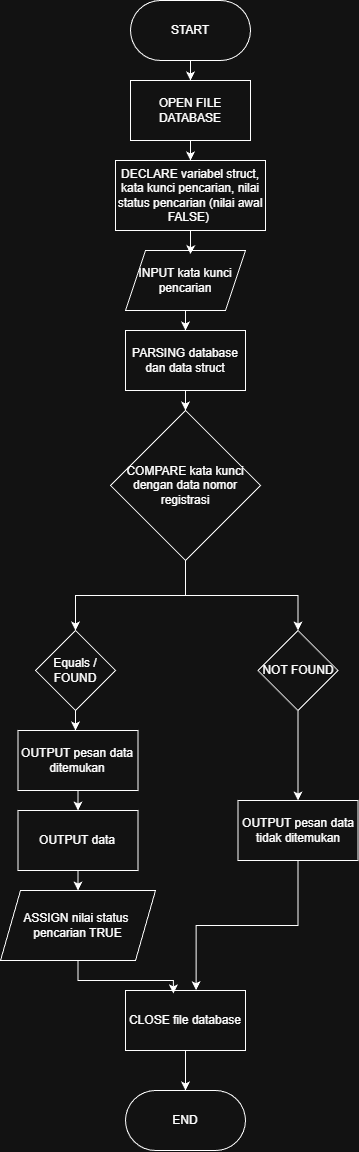
Earlier version of the draw.io export C/memoryManagement/studentDatabase/searchData.png (indonesialive/indonesialive.github.io). Source tidied: cells renumbered, new cells last; positions are measured from the earlier drawing's top-left corner, leaving out a move shared by most shapes.
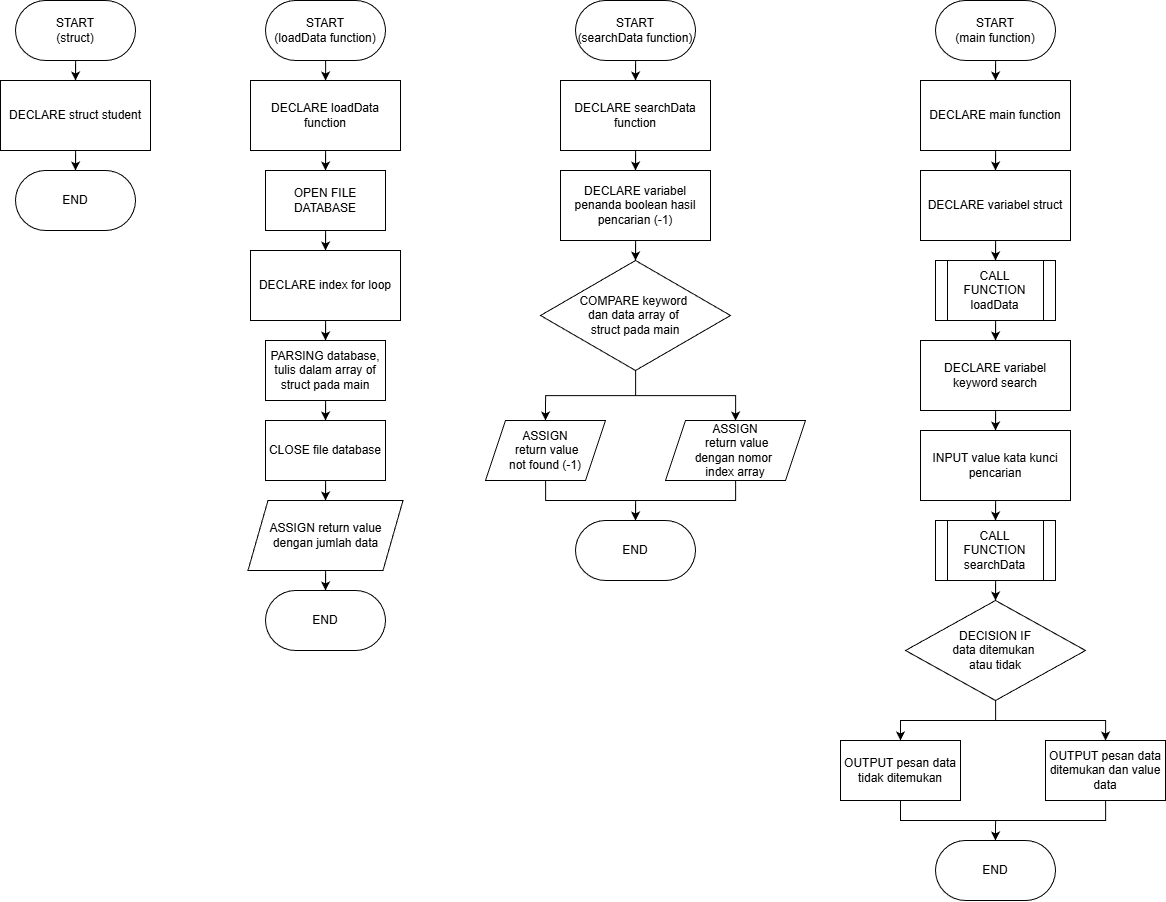
Later version of the same file.

The edit, as a diff of the source:
```diff
@@ -2,89 +2,176 @@
   <root>
     <mxCell id="0" />
     <mxCell id="1" parent="0" />
-    <mxCell id="2" style="edgeStyle=orthogonalEdgeStyle;rounded=0;jettySize=auto;html=1;entryX=0.5;entryY=0;entryDx=0;entryDy=0;" parent="1" edge="1" source="3" target="6">
-      <mxGeometry relative="1" as="geometry" />
-    </mxCell>
-    <mxCell id="3" value="START" style="rounded=1;whiteSpace=wrap;html=1;arcSize=50;" parent="1" vertex="1">
-      <mxGeometry x="130" width="120" height="60" as="geometry" />
-    </mxCell>
-    <mxCell id="4" value="DECLARE variabel struct, kata kunci pencarian, nilai status pencarian (nilai awal FALSE)&amp;nbsp;" style="rounded=0;whiteSpace=wrap;html=1;" parent="1" vertex="1">
-      <mxGeometry x="115" y="160" width="150" height="70" as="geometry" />
-    </mxCell>
-    <mxCell id="5" style="edgeStyle=orthogonalEdgeStyle;rounded=0;jettySize=auto;html=1;entryX=0.5;entryY=0;entryDx=0;entryDy=0;" parent="1" edge="1" source="6" target="4">
-      <mxGeometry relative="1" as="geometry" />
-    </mxCell>
+    <mxCell id="30" style="edgeStyle=orthogonalEdgeStyle;rounded=0;jettySize=auto;html=1;" parent="1" edge="1" source="31" target="44">
+      <mxGeometry relative="1" as="geometry" />
+    </mxCell>
+    <mxCell id="31" value="START&lt;div&gt;(loadData function)&lt;/div&gt;" style="rounded=1;whiteSpace=wrap;html=1;arcSize=50;" parent="1" vertex="1">
+      <mxGeometry x="460" y="-70" width="120" height="60" as="geometry" />
+    </mxCell>
+    <mxCell id="32" style="edgeStyle=orthogonalEdgeStyle;rounded=0;jettySize=auto;html=1;entryX=0.5;entryY=0;entryDx=0;entryDy=0;" parent="1" edge="1" source="6" target="34">
+      <mxGeometry relative="1" as="geometry" />
+    </mxCell>
     <mxCell id="6" value="OPEN FILE DATABASE" style="rounded=0;whiteSpace=wrap;html=1;" parent="1" vertex="1">
-      <mxGeometry x="130" y="80" width="120" height="60" as="geometry" />
+      <mxGeometry x="460" y="100" width="120" height="60" as="geometry" />
     </mxCell>
-    <mxCell id="7" style="edgeStyle=orthogonalEdgeStyle;rounded=0;jettySize=auto;html=1;" parent="1" edge="1" source="8" target="13">
-      <mxGeometry relative="1" as="geometry" />
-    </mxCell>
-    <mxCell id="8" value="INPUT kata kunci pencarian" style="shape=parallelogram;perimeter=parallelogramPerimeter;whiteSpace=wrap;html=1;fixedSize=1;" parent="1" vertex="1">
-      <mxGeometry x="125" y="250" width="120" height="60" as="geometry" />
-    </mxCell>
-    <mxCell id="9" style="edgeStyle=orthogonalEdgeStyle;rounded=0;jettySize=auto;html=1;entryX=0.5;entryY=0;entryDx=0;entryDy=0;" parent="1" edge="1" source="11" target="20">
-      <mxGeometry relative="1" as="geometry" />
-    </mxCell>
-    <mxCell id="10" style="edgeStyle=orthogonalEdgeStyle;rounded=0;jettySize=auto;html=1;" parent="1" edge="1" source="11" target="18">
-      <mxGeometry relative="1" as="geometry" />
-    </mxCell>
-    <mxCell id="11" value="COMPARE kata kunci dengan data nomor registrasi" style="rhombus;whiteSpace=wrap;html=1;" parent="1" vertex="1">
-      <mxGeometry x="110" y="410" width="150" height="150" as="geometry" />
-    </mxCell>
-    <mxCell id="12" style="edgeStyle=orthogonalEdgeStyle;rounded=0;jettySize=auto;html=1;entryX=0.5;entryY=0;entryDx=0;entryDy=0;" parent="1" edge="1" source="13" target="11">
-      <mxGeometry relative="1" as="geometry" />
-    </mxCell>
-    <mxCell id="13" value="PARSING database dan data struct" style="rounded=0;whiteSpace=wrap;html=1;" parent="1" vertex="1">
-      <mxGeometry x="125" y="330" width="120" height="60" as="geometry" />
-    </mxCell>
-    <mxCell id="14" style="edgeStyle=orthogonalEdgeStyle;rounded=0;jettySize=auto;html=1;entryX=0.5;entryY=0;entryDx=0;entryDy=0;" parent="1" edge="1" source="15" target="21">
-      <mxGeometry relative="1" as="geometry" />
-    </mxCell>
-    <mxCell id="15" value="OUTPUT data" style="rounded=0;whiteSpace=wrap;html=1;" parent="1" vertex="1">
-      <mxGeometry x="17.5" y="810" width="120" height="60" as="geometry" />
-    </mxCell>
+    <mxCell id="33" style="edgeStyle=orthogonalEdgeStyle;rounded=0;jettySize=auto;html=1;entryX=0.5;entryY=0;entryDx=0;entryDy=0;" parent="1" edge="1" source="34" target="36">
+      <mxGeometry relative="1" as="geometry" />
+    </mxCell>
+    <mxCell id="34" value="DECLARE index for loop" style="rounded=0;whiteSpace=wrap;html=1;" parent="1" vertex="1">
+      <mxGeometry x="445" y="180" width="150" height="70" as="geometry" />
+    </mxCell>
+    <mxCell id="35" style="edgeStyle=orthogonalEdgeStyle;rounded=0;jettySize=auto;html=1;entryX=0.5;entryY=0;entryDx=0;entryDy=0;" parent="1" edge="1" source="36" target="25">
+      <mxGeometry relative="1" as="geometry" />
+    </mxCell>
+    <mxCell id="36" value="PARSING database, tulis dalam array of struct pada main" style="rounded=0;whiteSpace=wrap;html=1;" parent="1" vertex="1">
+      <mxGeometry x="460" y="270" width="120" height="60" as="geometry" />
+    </mxCell>
+    <mxCell id="37" style="edgeStyle=orthogonalEdgeStyle;rounded=0;jettySize=auto;html=1;entryX=0.5;entryY=0;entryDx=0;entryDy=0;" parent="1" edge="1" source="25" target="39">
+      <mxGeometry relative="1" as="geometry" />
+    </mxCell>
+    <mxCell id="25" value="CLOSE file database" style="rounded=0;whiteSpace=wrap;html=1;" parent="1" vertex="1">
+      <mxGeometry x="460" y="350" width="120" height="60" as="geometry" />
+    </mxCell>
+    <mxCell id="38" style="edgeStyle=orthogonalEdgeStyle;rounded=0;jettySize=auto;html=1;entryX=0.5;entryY=0;entryDx=0;entryDy=0;" parent="1" edge="1" source="39" target="40">
+      <mxGeometry relative="1" as="geometry" />
+    </mxCell>
+    <mxCell id="39" value="ASSIGN return value dengan jumlah data" style="shape=parallelogram;perimeter=parallelogramPerimeter;whiteSpace=wrap;html=1;fixedSize=1;" parent="1" vertex="1">
+      <mxGeometry x="442.5" y="430" width="155" height="70" as="geometry" />
+    </mxCell>
+    <mxCell id="40" value="END" style="rounded=1;whiteSpace=wrap;html=1;arcSize=50;" parent="1" vertex="1">
+      <mxGeometry x="460" y="520" width="120" height="60" as="geometry" />
+    </mxCell>
+    <mxCell id="41" style="edgeStyle=orthogonalEdgeStyle;rounded=0;jettySize=auto;html=1;entryX=0.5;entryY=0;entryDx=0;entryDy=0;" parent="1" edge="1" source="42" target="46">
+      <mxGeometry relative="1" as="geometry" />
+    </mxCell>
+    <mxCell id="42" value="START&lt;div&gt;(searchData function)&lt;/div&gt;" style="rounded=1;whiteSpace=wrap;html=1;arcSize=50;" parent="1" vertex="1">
+      <mxGeometry x="770" y="-70" width="120" height="60" as="geometry" />
+    </mxCell>
+    <mxCell id="43" style="edgeStyle=orthogonalEdgeStyle;rounded=0;jettySize=auto;html=1;entryX=0.5;entryY=0;entryDx=0;entryDy=0;" parent="1" edge="1" source="44" target="6">
+      <mxGeometry relative="1" as="geometry" />
+    </mxCell>
+    <mxCell id="44" value="DECLARE loadData function" style="rounded=0;whiteSpace=wrap;html=1;" parent="1" vertex="1">
+      <mxGeometry x="445" y="10" width="150" height="70" as="geometry" />
+    </mxCell>
+    <mxCell id="45" style="edgeStyle=orthogonalEdgeStyle;rounded=0;jettySize=auto;html=1;entryX=0.5;entryY=0;entryDx=0;entryDy=0;" parent="1" edge="1" source="46" target="48">
+      <mxGeometry relative="1" as="geometry" />
+    </mxCell>
+    <mxCell id="46" value="DECLARE searchData function" style="rounded=0;whiteSpace=wrap;html=1;" parent="1" vertex="1">
+      <mxGeometry x="755" y="10" width="150" height="70" as="geometry" />
+    </mxCell>
+    <mxCell id="47" style="edgeStyle=orthogonalEdgeStyle;rounded=0;jettySize=auto;html=1;entryX=0.5;entryY=0;entryDx=0;entryDy=0;" parent="1" edge="1" source="48" target="51">
+      <mxGeometry relative="1" as="geometry" />
+    </mxCell>
+    <mxCell id="48" value="DECLARE variabel penanda boolean hasil pencarian (-1)" style="rounded=0;whiteSpace=wrap;html=1;" parent="1" vertex="1">
+      <mxGeometry x="755" y="100" width="150" height="70" as="geometry" />
+    </mxCell>
+    <mxCell id="49" style="edgeStyle=orthogonalEdgeStyle;rounded=0;jettySize=auto;html=1;entryX=0.5;entryY=0;entryDx=0;entryDy=0;" parent="1" edge="1" source="51" target="53">
+      <mxGeometry relative="1" as="geometry" />
+    </mxCell>
+    <mxCell id="50" style="edgeStyle=orthogonalEdgeStyle;rounded=0;jettySize=auto;html=1;" parent="1" edge="1" source="51" target="55">
+      <mxGeometry relative="1" as="geometry" />
+    </mxCell>
+    <mxCell id="51" value="COMPARE keyword&amp;nbsp;&lt;div&gt;dan data array of&amp;nbsp;&lt;/div&gt;&lt;div&gt;struct pada main&lt;/div&gt;" style="rhombus;whiteSpace=wrap;html=1;" parent="1" vertex="1">
+      <mxGeometry x="735" y="190" width="190" height="110" as="geometry" />
+    </mxCell>
+    <mxCell id="52" style="edgeStyle=orthogonalEdgeStyle;rounded=0;jettySize=auto;html=1;" parent="1" edge="1" source="53" target="77">
+      <mxGeometry relative="1" as="geometry" />
+    </mxCell>
+    <mxCell id="53" value="ASSIGN&lt;div&gt;&amp;nbsp;return value&lt;div&gt;not found (-1)&lt;/div&gt;&lt;/div&gt;" style="shape=parallelogram;perimeter=parallelogramPerimeter;whiteSpace=wrap;html=1;fixedSize=1;" parent="1" vertex="1">
+      <mxGeometry x="680" y="350" width="120" height="60" as="geometry" />
+    </mxCell>
+    <mxCell id="54" style="edgeStyle=orthogonalEdgeStyle;rounded=0;jettySize=auto;html=1;entryX=0.5;entryY=0;entryDx=0;entryDy=0;" parent="1" edge="1" source="55" target="77">
+      <mxGeometry relative="1" as="geometry" />
+    </mxCell>
+    <mxCell id="55" value="ASSIGN&lt;div&gt;&amp;nbsp;return value&lt;div&gt;dengan nomor&amp;nbsp;&lt;/div&gt;&lt;div&gt;index array&lt;/div&gt;&lt;/div&gt;" style="shape=parallelogram;perimeter=parallelogramPerimeter;whiteSpace=wrap;html=1;fixedSize=1;" parent="1" vertex="1">
+      <mxGeometry x="860" y="350" width="140" height="60" as="geometry" />
+    </mxCell>
+    <mxCell id="56" style="edgeStyle=orthogonalEdgeStyle;rounded=0;jettySize=auto;html=1;entryX=0.5;entryY=0;entryDx=0;entryDy=0;" parent="1" edge="1" source="57" target="59">
+      <mxGeometry relative="1" as="geometry" />
+    </mxCell>
+    <mxCell id="57" value="START&lt;div&gt;(main function)&lt;/div&gt;" style="rounded=1;whiteSpace=wrap;html=1;arcSize=50;" parent="1" vertex="1">
+      <mxGeometry x="1130" y="-70" width="120" height="60" as="geometry" />
+    </mxCell>
+    <mxCell id="58" style="edgeStyle=orthogonalEdgeStyle;rounded=0;jettySize=auto;html=1;entryX=0.5;entryY=0;entryDx=0;entryDy=0;" parent="1" edge="1" source="59" target="61">
+      <mxGeometry relative="1" as="geometry" />
+    </mxCell>
+    <mxCell id="59" value="DECLARE main function" style="rounded=0;whiteSpace=wrap;html=1;" parent="1" vertex="1">
+      <mxGeometry x="1115" y="10" width="150" height="70" as="geometry" />
+    </mxCell>
+    <mxCell id="60" style="edgeStyle=orthogonalEdgeStyle;rounded=0;jettySize=auto;html=1;entryX=0.5;entryY=0;entryDx=0;entryDy=0;" parent="1" edge="1" source="61" target="63">
+      <mxGeometry relative="1" as="geometry" />
+    </mxCell>
+    <mxCell id="61" value="DECLARE variabel struct" style="rounded=0;whiteSpace=wrap;html=1;" parent="1" vertex="1">
+      <mxGeometry x="1115" y="100" width="150" height="70" as="geometry" />
+    </mxCell>
+    <mxCell id="62" style="edgeStyle=orthogonalEdgeStyle;rounded=0;jettySize=auto;html=1;entryX=0.5;entryY=0;entryDx=0;entryDy=0;" parent="1" edge="1" source="63" target="65">
+      <mxGeometry relative="1" as="geometry" />
+    </mxCell>
+    <mxCell id="63" value="CALL FUNCTION&lt;div&gt;loadData&lt;/div&gt;" style="shape=process;whiteSpace=wrap;html=1;backgroundOutline=1;" parent="1" vertex="1">
+      <mxGeometry x="1130" y="190" width="120" height="60" as="geometry" />
+    </mxCell>
+    <mxCell id="64" style="edgeStyle=orthogonalEdgeStyle;rounded=0;jettySize=auto;html=1;entryX=0.5;entryY=0;entryDx=0;entryDy=0;" parent="1" edge="1" source="65" target="67">
+      <mxGeometry relative="1" as="geometry" />
+    </mxCell>
+    <mxCell id="65" value="DECLARE variabel keyword search" style="rounded=0;whiteSpace=wrap;html=1;" parent="1" vertex="1">
+      <mxGeometry x="1115" y="270" width="150" height="70" as="geometry" />
+    </mxCell>
+    <mxCell id="66" style="edgeStyle=orthogonalEdgeStyle;rounded=0;jettySize=auto;html=1;entryX=0.5;entryY=0;entryDx=0;entryDy=0;" parent="1" edge="1" source="67" target="69">
+      <mxGeometry relative="1" as="geometry" />
+    </mxCell>
+    <mxCell id="67" value="INPUT value kata kunci pencarian" style="rounded=0;whiteSpace=wrap;html=1;" parent="1" vertex="1">
+      <mxGeometry x="1115" y="360" width="150" height="70" as="geometry" />
+    </mxCell>
+    <mxCell id="68" style="edgeStyle=orthogonalEdgeStyle;rounded=0;jettySize=auto;html=1;entryX=0.5;entryY=0;entryDx=0;entryDy=0;" parent="1" edge="1" source="69" target="72">
+      <mxGeometry relative="1" as="geometry" />
+    </mxCell>
+    <mxCell id="69" value="CALL FUNCTION&lt;div&gt;searchData&lt;/div&gt;" style="shape=process;whiteSpace=wrap;html=1;backgroundOutline=1;" parent="1" vertex="1">
+      <mxGeometry x="1130" y="450" width="120" height="60" as="geometry" />
+    </mxCell>
+    <mxCell id="70" style="edgeStyle=orthogonalEdgeStyle;rounded=0;jettySize=auto;html=1;entryX=0.5;entryY=0;entryDx=0;entryDy=0;" parent="1" edge="1" source="72" target="16">
+      <mxGeometry relative="1" as="geometry" />
+    </mxCell>
+    <mxCell id="71" style="edgeStyle=orthogonalEdgeStyle;rounded=0;jettySize=auto;html=1;" parent="1" edge="1" source="72" target="75">
+      <mxGeometry relative="1" as="geometry" />
+    </mxCell>
+    <mxCell id="72" value="DECISION IF&lt;div&gt;data ditemukan&amp;nbsp;&lt;/div&gt;&lt;div&gt;atau tidak&lt;/div&gt;" style="rhombus;whiteSpace=wrap;html=1;" parent="1" vertex="1">
+      <mxGeometry x="1100" y="530" width="180" height="100" as="geometry" />
+    </mxCell>
+    <mxCell id="73" style="edgeStyle=orthogonalEdgeStyle;rounded=0;jettySize=auto;html=1;entryX=0.5;entryY=0;entryDx=0;entryDy=0;" parent="1" edge="1" source="16" target="76">
+      <mxGeometry relative="1" as="geometry" />
+    </mxCell>
     <mxCell id="16" value="OUTPUT pesan data tidak ditemukan" style="rounded=0;whiteSpace=wrap;html=1;" parent="1" vertex="1">
-      <mxGeometry x="237.5" y="800" width="120" height="60" as="geometry" />
+      <mxGeometry x="1035" y="670" width="120" height="60" as="geometry" />
     </mxCell>
-    <mxCell id="17" style="edgeStyle=orthogonalEdgeStyle;rounded=0;jettySize=auto;html=1;entryX=0.541;entryY=0.061;entryDx=0;entryDy=0;entryPerimeter=0;" parent="1" edge="1" source="4" target="8">
-      <mxGeometry relative="1" as="geometry" />
-    </mxCell>
-    <mxCell id="18" value="Equals / FOUND" style="rhombus;whiteSpace=wrap;html=1;" parent="1" vertex="1">
-      <mxGeometry x="35" y="630" width="80" height="80" as="geometry" />
-    </mxCell>
-    <mxCell id="19" style="edgeStyle=orthogonalEdgeStyle;rounded=0;jettySize=auto;html=1;entryX=0.5;entryY=0;entryDx=0;entryDy=0;" parent="1" edge="1" source="20" target="16">
-      <mxGeometry relative="1" as="geometry" />
-    </mxCell>
-    <mxCell id="20" value="NOT FOUND" style="rhombus;whiteSpace=wrap;html=1;" parent="1" vertex="1">
-      <mxGeometry x="257.5" y="630" width="80" height="80" as="geometry" />
-    </mxCell>
-    <mxCell id="21" value="ASSIGN nilai status&amp;nbsp;&lt;div&gt;pencarian TRUE&lt;/div&gt;" style="shape=parallelogram;perimeter=parallelogramPerimeter;whiteSpace=wrap;html=1;fixedSize=1;" parent="1" vertex="1">
-      <mxGeometry y="890" width="155" height="70" as="geometry" />
-    </mxCell>
-    <mxCell id="22" style="edgeStyle=orthogonalEdgeStyle;rounded=0;jettySize=auto;html=1;entryX=0.5;entryY=0;entryDx=0;entryDy=0;" parent="1" edge="1" source="23" target="15">
-      <mxGeometry relative="1" as="geometry" />
-    </mxCell>
-    <mxCell id="23" value="OUTPUT pesan data ditemukan" style="rounded=0;whiteSpace=wrap;html=1;" parent="1" vertex="1">
-      <mxGeometry x="17.5" y="730" width="120" height="60" as="geometry" />
-    </mxCell>
-    <mxCell id="24" style="edgeStyle=orthogonalEdgeStyle;rounded=0;jettySize=auto;html=1;entryX=0.5;entryY=0;entryDx=0;entryDy=0;" parent="1" edge="1" source="25" target="26">
-      <mxGeometry relative="1" as="geometry" />
-    </mxCell>
-    <mxCell id="25" value="CLOSE file database" style="rounded=0;whiteSpace=wrap;html=1;" parent="1" vertex="1">
-      <mxGeometry x="125" y="990" width="120" height="60" as="geometry" />
-    </mxCell>
-    <mxCell id="26" value="END" style="rounded=1;whiteSpace=wrap;html=1;arcSize=50;" parent="1" vertex="1">
-      <mxGeometry x="125" y="1090" width="120" height="60" as="geometry" />
-    </mxCell>
-    <mxCell id="27" style="edgeStyle=orthogonalEdgeStyle;rounded=0;jettySize=auto;html=1;entryX=0.479;entryY=0;entryDx=0;entryDy=0;entryPerimeter=0;" parent="1" edge="1" source="18" target="23">
-      <mxGeometry relative="1" as="geometry" />
-    </mxCell>
-    <mxCell id="28" style="edgeStyle=orthogonalEdgeStyle;rounded=0;jettySize=auto;html=1;entryX=0.399;entryY=0.049;entryDx=0;entryDy=0;entryPerimeter=0;" parent="1" edge="1" source="21" target="25">
-      <mxGeometry relative="1" as="geometry" />
-    </mxCell>
-    <mxCell id="29" style="edgeStyle=orthogonalEdgeStyle;rounded=0;jettySize=auto;html=1;entryX=0.588;entryY=-0.005;entryDx=0;entryDy=0;entryPerimeter=0;" parent="1" edge="1" source="16" target="25">
-      <mxGeometry relative="1" as="geometry" />
-    </mxCell>
+    <mxCell id="74" style="edgeStyle=orthogonalEdgeStyle;rounded=0;jettySize=auto;html=1;entryX=0.5;entryY=0;entryDx=0;entryDy=0;" parent="1" edge="1" source="75" target="76">
+      <mxGeometry relative="1" as="geometry" />
+    </mxCell>
+    <mxCell id="75" value="OUTPUT pesan data ditemukan dan value data" style="rounded=0;whiteSpace=wrap;html=1;" parent="1" vertex="1">
+      <mxGeometry x="1240" y="670" width="120" height="60" as="geometry" />
+    </mxCell>
+    <mxCell id="76" value="END" style="rounded=1;whiteSpace=wrap;html=1;arcSize=50;" parent="1" vertex="1">
+      <mxGeometry x="1130" y="770" width="120" height="60" as="geometry" />
+    </mxCell>
+    <mxCell id="77" value="END" style="rounded=1;whiteSpace=wrap;html=1;arcSize=50;" parent="1" vertex="1">
+      <mxGeometry x="770" y="450" width="120" height="60" as="geometry" />
+    </mxCell>
+    <mxCell id="78" style="edgeStyle=orthogonalEdgeStyle;rounded=0;orthogonalLoop=1;jettySize=auto;html=1;exitX=0.5;exitY=1;exitDx=0;exitDy=0;" parent="1" edge="1" source="57" target="57">
+      <mxGeometry relative="1" as="geometry" />
+    </mxCell>
+    <mxCell id="79" style="edgeStyle=orthogonalEdgeStyle;rounded=0;jettySize=auto;html=1;entryX=0.5;entryY=0;entryDx=0;entryDy=0;" parent="1" edge="1" source="80" target="82">
+      <mxGeometry relative="1" as="geometry" />
+    </mxCell>
+    <mxCell id="80" value="START&lt;div&gt;(struct)&lt;/div&gt;" style="rounded=1;whiteSpace=wrap;html=1;arcSize=50;" parent="1" vertex="1">
+      <mxGeometry x="210" y="-70" width="120" height="60" as="geometry" />
+    </mxCell>
+    <mxCell id="81" style="edgeStyle=orthogonalEdgeStyle;rounded=0;jettySize=auto;html=1;entryX=0.5;entryY=0;entryDx=0;entryDy=0;" parent="1" edge="1" source="82" target="83">
+      <mxGeometry relative="1" as="geometry" />
+    </mxCell>
+    <mxCell id="82" value="DECLARE struct student" style="rounded=0;whiteSpace=wrap;html=1;" parent="1" vertex="1">
+      <mxGeometry x="195" y="10" width="150" height="70" as="geometry" />
+    </mxCell>
+    <mxCell id="83" value="END" style="rounded=1;whiteSpace=wrap;html=1;arcSize=50;" parent="1" vertex="1">
+      <mxGeometry x="210" y="100" width="120" height="60" as="geometry" />
+    </mxCell>
   </root>
 </mxGraphModel>
```
